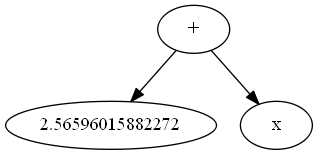
Above: test-output/test-tree1.png in tnazikian/ga_tree (Graphviz), before the change. Its source is kept beside it as test-output/test-tree1.gv.
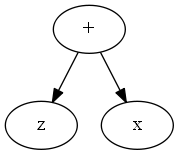
Later version of the same file.

Change to the diagram source:
```diff
@@ -1,7 +1,7 @@
 digraph {
 	rank=min
 	0 [label="+"]
-	1 [label=2.56596015882272]
+	1 [label=z]
 	2 [label=x]
 	0 -> 1
 	0 -> 2
```
